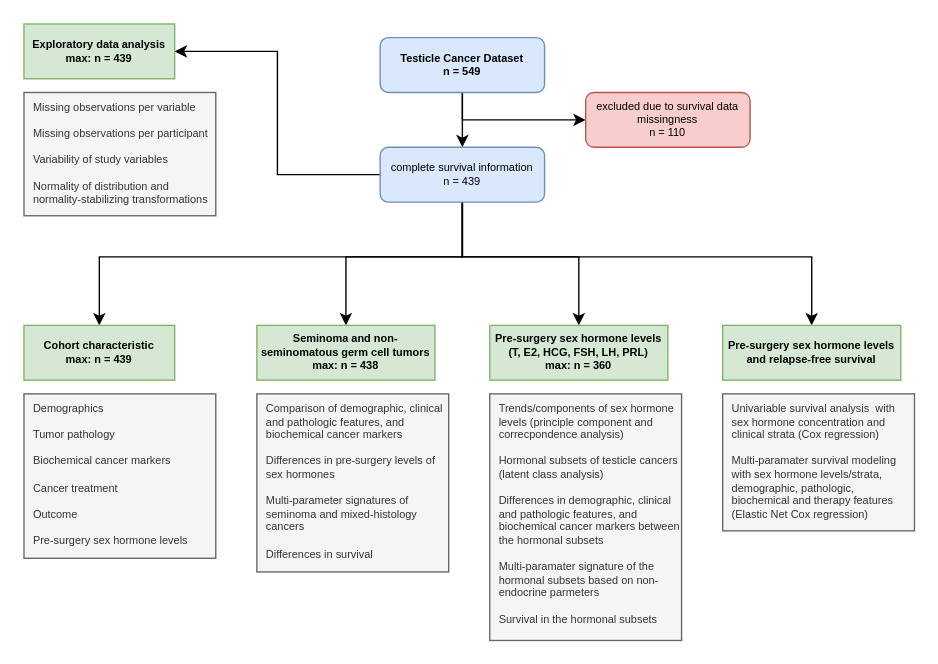
This is schemes/inclusion.drawio from PiotrTymoszuk/TesCa_hormones, a draw.io file, before an edit. Source tidied: cells renumbered, new cells numbered last; positions are measured from the earlier drawing's top-left corner, leaving out a move shared by most shapes. Both pictures are drawn from the tidied source at 137%, with x=0, y=0 at pixel (23, 23).
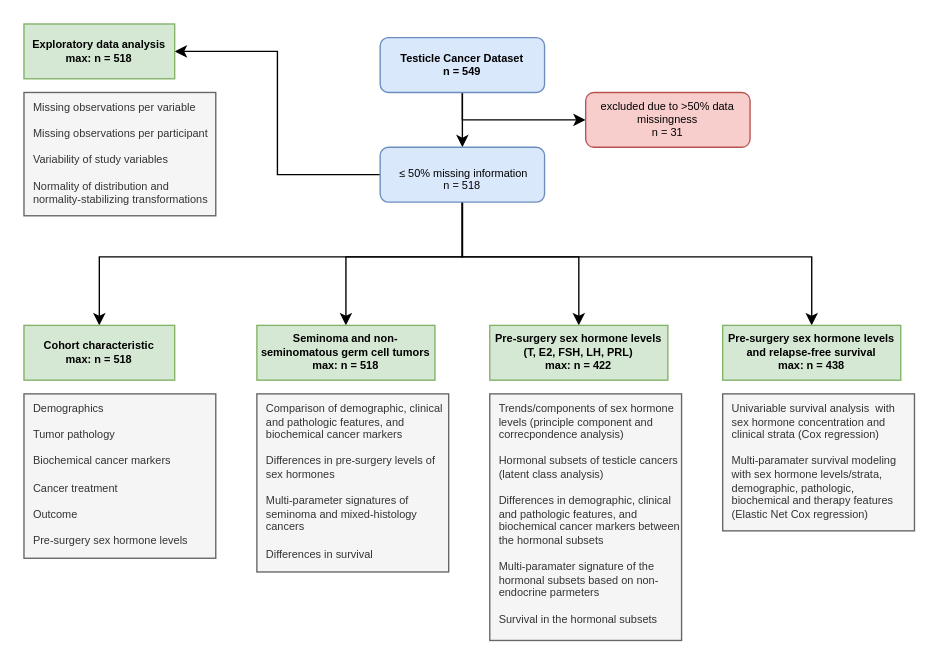
After the change.

The change refers to these unchanged cells:
```xml
<mxCell id="12" style="group;" parent="1" vertex="1">
  <mxGeometry width="140" height="140" as="geometry" />
</mxCell>
<mxCell id="15" style="group;" parent="1" vertex="1">
  <mxGeometry y="220" width="140" height="170" as="geometry" />
</mxCell>
<mxCell id="18" style="group;" parent="1" vertex="1">
  <mxGeometry x="170" y="220" width="140" height="180" as="geometry" />
</mxCell>
<mxCell id="21" style="group;" parent="1" vertex="1">
  <mxGeometry x="340" y="170" width="140" height="280" as="geometry" />
</mxCell>
<mxCell id="24" style="group;" parent="1" vertex="1">
  <mxGeometry x="510" y="220" width="140" height="180" as="geometry" />
</mxCell>
```

Diff of the diagram source:
```diff
@@
-    <mxCell id="10" value="complete survival information&lt;br style=&quot;font-size: 8px;&quot;&gt;n = 439" style="rounded=1;whiteSpace=wrap;html=1;fontSize=8;fillColor=#dae8fc;strokeColor=#6c8ebf;" parent="1" vertex="1">
+    <mxCell id="10" value="&lt;p style=&quot;margin-bottom: 0in; line-height: 100%&quot;&gt;&amp;nbsp;≤ 50% missing information&lt;/p&gt;n = 518" style="rounded=1;whiteSpace=wrap;html=1;fontSize=8;fillColor=#dae8fc;strokeColor=#6c8ebf;" parent="1" vertex="1">
       <mxGeometry x="260" y="90" width="120" height="40" as="geometry" />
     </mxCell>
-    <mxCell id="11" value="excluded due to survival data missingness&lt;br style=&quot;border-color: var(--border-color); font-size: 8px;&quot;&gt;n = 110" style="rounded=1;whiteSpace=wrap;html=1;fontSize=8;fillColor=#f8cecc;strokeColor=#b85450;" parent="1" vertex="1">
+    <mxCell id="11" value="excluded due to &amp;gt;50% data missingness&lt;br style=&quot;border-color: var(--border-color); font-size: 8px;&quot;&gt;n = 31" style="rounded=1;whiteSpace=wrap;html=1;fontSize=8;fillColor=#f8cecc;strokeColor=#b85450;" parent="1" vertex="1">
       <mxGeometry x="410" y="50" width="120" height="40" as="geometry" />
     </mxCell>
@@
-    <mxCell id="13" value="Exploratory data analysis&lt;br style=&quot;font-size: 8px;&quot;&gt;max: n = 439" style="rounded=0;whiteSpace=wrap;html=1;fontStyle=1;fontSize=8;fillColor=#d5e8d4;strokeColor=#82b366;" parent="12" vertex="1">
+    <mxCell id="13" value="Exploratory data analysis&lt;br style=&quot;font-size: 8px;&quot;&gt;max: n = 518" style="rounded=0;whiteSpace=wrap;html=1;fontStyle=1;fontSize=8;fillColor=#d5e8d4;strokeColor=#82b366;" parent="12" vertex="1">
       <mxGeometry width="110" height="40" as="geometry" />
     </mxCell>
@@
-    <mxCell id="16" value="Cohort characteristic&lt;br style=&quot;font-size: 8px;&quot;&gt;max: n = 439" style="rounded=0;whiteSpace=wrap;html=1;fontStyle=1;fontSize=8;fillColor=#d5e8d4;strokeColor=#82b366;" parent="15" vertex="1">
+    <mxCell id="16" value="Cohort characteristic&lt;br style=&quot;font-size: 8px;&quot;&gt;max: n = 518" style="rounded=0;whiteSpace=wrap;html=1;fontStyle=1;fontSize=8;fillColor=#d5e8d4;strokeColor=#82b366;" parent="15" vertex="1">
       <mxGeometry width="110" height="40" as="geometry" />
     </mxCell>
@@
-    <mxCell id="19" value="Seminoma and&amp;nbsp;non-seminomatous germ cell tumors&lt;br&gt;max: n = 438" style="rounded=0;whiteSpace=wrap;html=1;fontStyle=1;fontSize=8;fillColor=#d5e8d4;strokeColor=#82b366;" parent="18" vertex="1">
+    <mxCell id="19" value="Seminoma and&amp;nbsp;non-seminomatous germ cell tumors&lt;br&gt;max: n = 518" style="rounded=0;whiteSpace=wrap;html=1;fontStyle=1;fontSize=8;fillColor=#d5e8d4;strokeColor=#82b366;" parent="18" vertex="1">
       <mxGeometry width="130" height="40" as="geometry" />
     </mxCell>
@@
-    <mxCell id="22" value="Pre-surgery sex hormone levels&lt;br&gt;(T, E2, HCG, FSH, LH, PRL)&lt;br&gt;max: n = 360" style="rounded=0;whiteSpace=wrap;html=1;fontStyle=1;fontSize=8;fillColor=#d5e8d4;strokeColor=#82b366;" parent="21" vertex="1">
+    <mxCell id="22" value="Pre-surgery sex hormone levels&lt;br&gt;(T, E2, FSH, LH, PRL)&lt;br&gt;max: n = 422" style="rounded=0;whiteSpace=wrap;html=1;fontStyle=1;fontSize=8;fillColor=#d5e8d4;strokeColor=#82b366;" parent="21" vertex="1">
       <mxGeometry y="50" width="130" height="40" as="geometry" />
     </mxCell>
@@
-    <mxCell id="25" value="Pre-surgery sex hormone levels and relapse-free survival" style="rounded=0;whiteSpace=wrap;html=1;fontStyle=1;fontSize=8;fillColor=#d5e8d4;strokeColor=#82b366;" parent="24" vertex="1">
+    <mxCell id="25" value="Pre-surgery sex hormone levels and relapse-free survival&lt;br&gt;max: n = 438" style="rounded=0;whiteSpace=wrap;html=1;fontStyle=1;fontSize=8;fillColor=#d5e8d4;strokeColor=#82b366;" parent="24" vertex="1">
       <mxGeometry width="130" height="40" as="geometry" />
     </mxCell>
```
